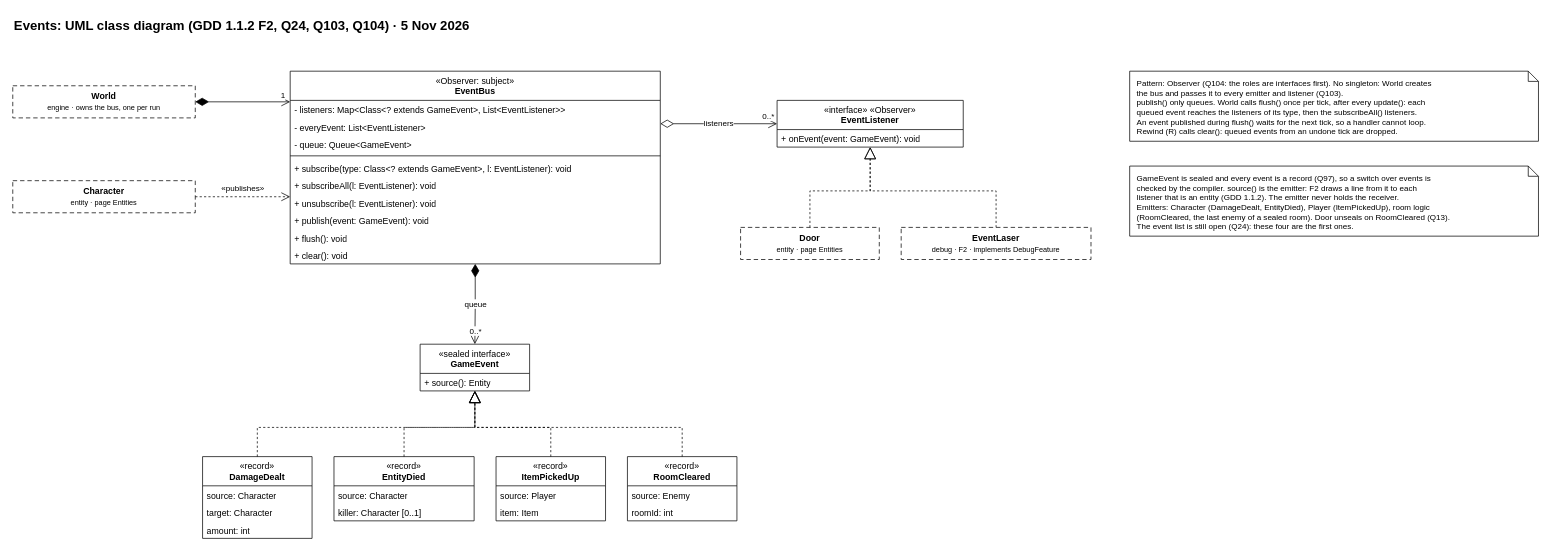
Earlier version of the draw.io diagram page "Events" (2 of 3) of docs/uml/entities.drawio (Honyoru/Depth-Diablo). Source tidied: cells renumbered, new cells numbered last; positions are measured from the earlier drawing's top-left corner, leaving out a move shared by most shapes. Both pictures are drawn from the tidied source at 73%, with x=0, y=0 at pixel (12, 12).
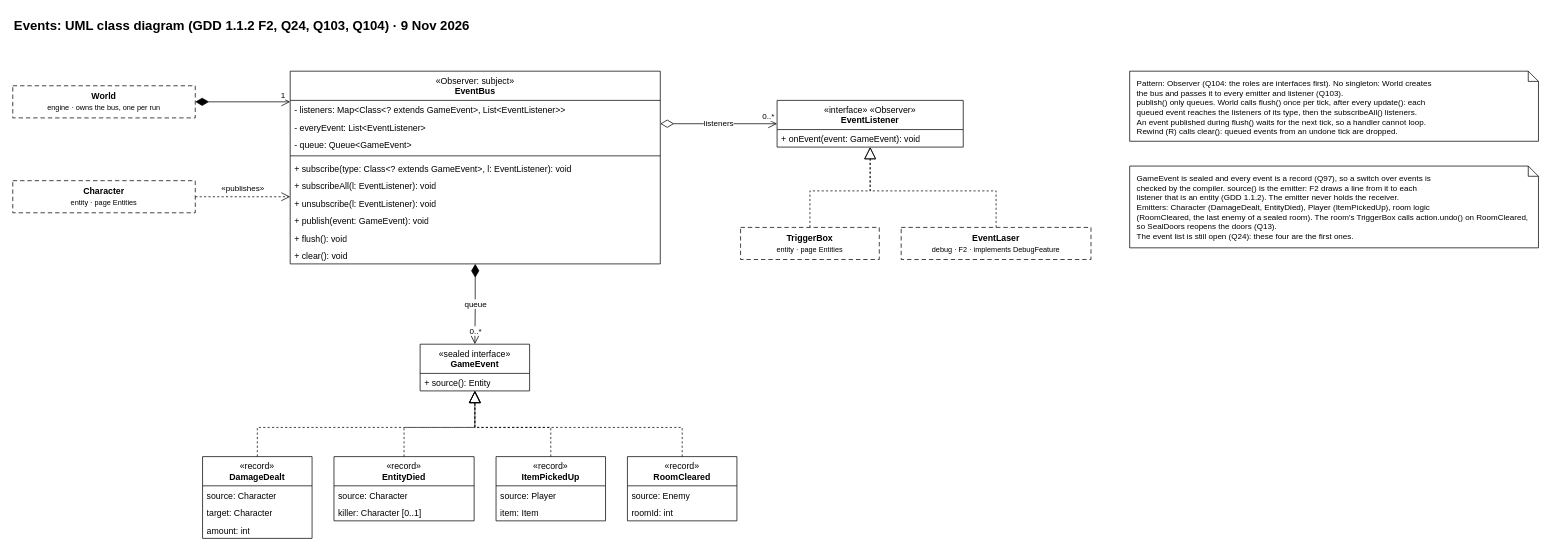
The same diagram, later.

Commit message (it also covers changes not shown here):
docs(uml): move EventListener from Door to TriggerBox, add TriggerAction.undo()

The change refers to these unchanged cells:
```xml
<mxCell id="29" value="«interface» «Observer»&lt;br&gt;&lt;b&gt;EventListener&lt;/b&gt;" style="swimlane;fontStyle=0;align=center;verticalAlign=top;horizontal=1;startSize=40;whiteSpace=wrap;html=1;" parent="1" vertex="1">
  <mxGeometry x="1047" y="120" width="255" height="64" as="geometry" />
</mxCell>
```

Change to the diagram source:
```diff
@@
-    <mxCell id="2" value="Events: UML class diagram (GDD 1.1.2 F2, Q24, Q103, Q104) · 5 Nov 2026" style="text;html=1;fontSize=18;fontStyle=1;align=left;verticalAlign=middle;whiteSpace=wrap;" parent="1" vertex="1">
+    <mxCell id="2" value="Events: UML class diagram (GDD 1.1.2 F2, Q24, Q103, Q104) · 9 Nov 2026" style="text;html=1;fontSize=18;fontStyle=1;align=left;verticalAlign=middle;whiteSpace=wrap;" parent="1" vertex="1">
       <mxGeometry width="1300" height="36" as="geometry" />
     </mxCell>
@@
-    <mxCell id="31" value="&lt;b&gt;Door&lt;/b&gt;&lt;br&gt;&lt;font style=&quot;font-size:10px&quot;&gt;entity · page Entities&lt;/font&gt;" style="rounded=0;whiteSpace=wrap;html=1;dashed=1;dashPattern=6 4;" parent="1" vertex="1">
-      <mxGeometry x="997" y="294" width="190" height="44" as="geometry" />
-    </mxCell>
+    <mxCell id="50" value="&lt;b&gt;TriggerBox&lt;/b&gt;&lt;br&gt;&lt;font style=&quot;font-size:10px&quot;&gt;entity · page Entities&lt;/font&gt;" style="rounded=0;whiteSpace=wrap;html=1;dashed=1;dashPattern=6 4;" parent="1" vertex="1">
+      <mxGeometry x="997" y="294" width="190" height="44" as="geometry" />
+    </mxCell>
@@
-    <mxCell id="43" style="edgeStyle=orthogonalEdgeStyle;rounded=0;jettySize=auto;html=1;endArrow=block;endSize=14;endFill=0;dashed=1;exitX=0.5;exitY=0;exitDx=0;exitDy=0;entryX=0.5;entryY=1;entryDx=0;entryDy=0;" parent="1" edge="1" source="31" target="29">
+    <mxCell id="43" style="edgeStyle=orthogonalEdgeStyle;rounded=0;jettySize=auto;html=1;endArrow=block;endSize=14;endFill=0;dashed=1;exitX=0.5;exitY=0;exitDx=0;exitDy=0;entryX=0.5;entryY=1;entryDx=0;entryDy=0;" parent="1" edge="1" source="50" target="29">
       <mxGeometry relative="1" as="geometry" />
     </mxCell>
@@
-    <mxCell id="49" value="GameEvent is sealed and every event is a record (Q97), so a switch over events is&lt;br&gt;checked by the compiler. source() is the emitter: F2 draws a line from it to each&lt;br&gt;listener that is an entity (GDD 1.1.2). The emitter never holds the receiver.&lt;br&gt;Emitters: Character (DamageDealt, EntityDied), Player (ItemPickedUp), room logic&lt;br&gt;(RoomCleared, the last enemy of a sealed room). Door unseals on RoomCleared (Q13).&lt;br&gt;The event list is still open (Q24): these four are the first ones." style="shape=note;size=14;whiteSpace=wrap;html=1;align=left;verticalAlign=top;spacingLeft=8;spacingRight=10;spacingTop=4;fontSize=11;" parent="1" vertex="1">
-      <mxGeometry x="1530" y="210" width="560" height="96" as="geometry" />
+    <mxCell id="49" value="GameEvent is sealed and every event is a record (Q97), so a switch over events is&lt;br&gt;checked by the compiler. source() is the emitter: F2 draws a line from it to each&lt;br&gt;listener that is an entity (GDD 1.1.2). The emitter never holds the receiver.&lt;br&gt;Emitters: Character (DamageDealt, EntityDied), Player (ItemPickedUp), room logic&lt;br&gt;(RoomCleared, the last enemy of a sealed room). The room's TriggerBox calls action.undo() on RoomCleared,&lt;br&gt;so SealDoors reopens the doors (Q13).&lt;br&gt;The event list is still open (Q24): these four are the first ones." style="shape=note;size=14;whiteSpace=wrap;html=1;align=left;verticalAlign=top;spacingLeft=8;spacingRight=10;spacingTop=4;fontSize=11;" parent="1" vertex="1">
+      <mxGeometry x="1530" y="210" width="560" height="112" as="geometry" />
     </mxCell>
```
